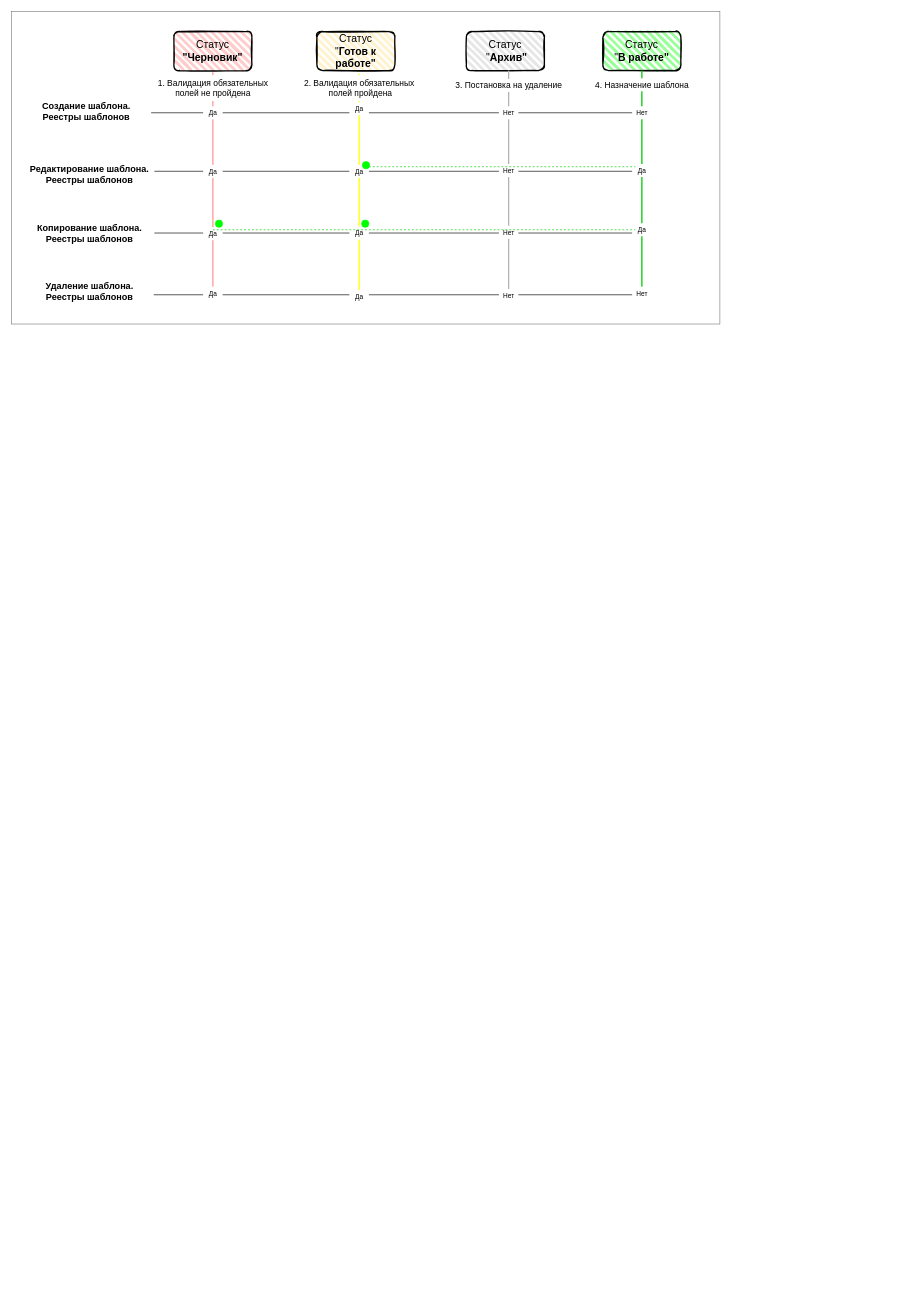
Before: css/Диаграмма без названия.drawio in Sterhus33/247254-nerds, a draw.io diagram. Source tidied: cells renumbered, new cells numbered last; positions are measured from the earlier drawing's top-left corner, leaving out a move shared by most shapes. Both pictures are drawn from the tidied source at 65%, with x=0, y=0 at pixel (11, 11).
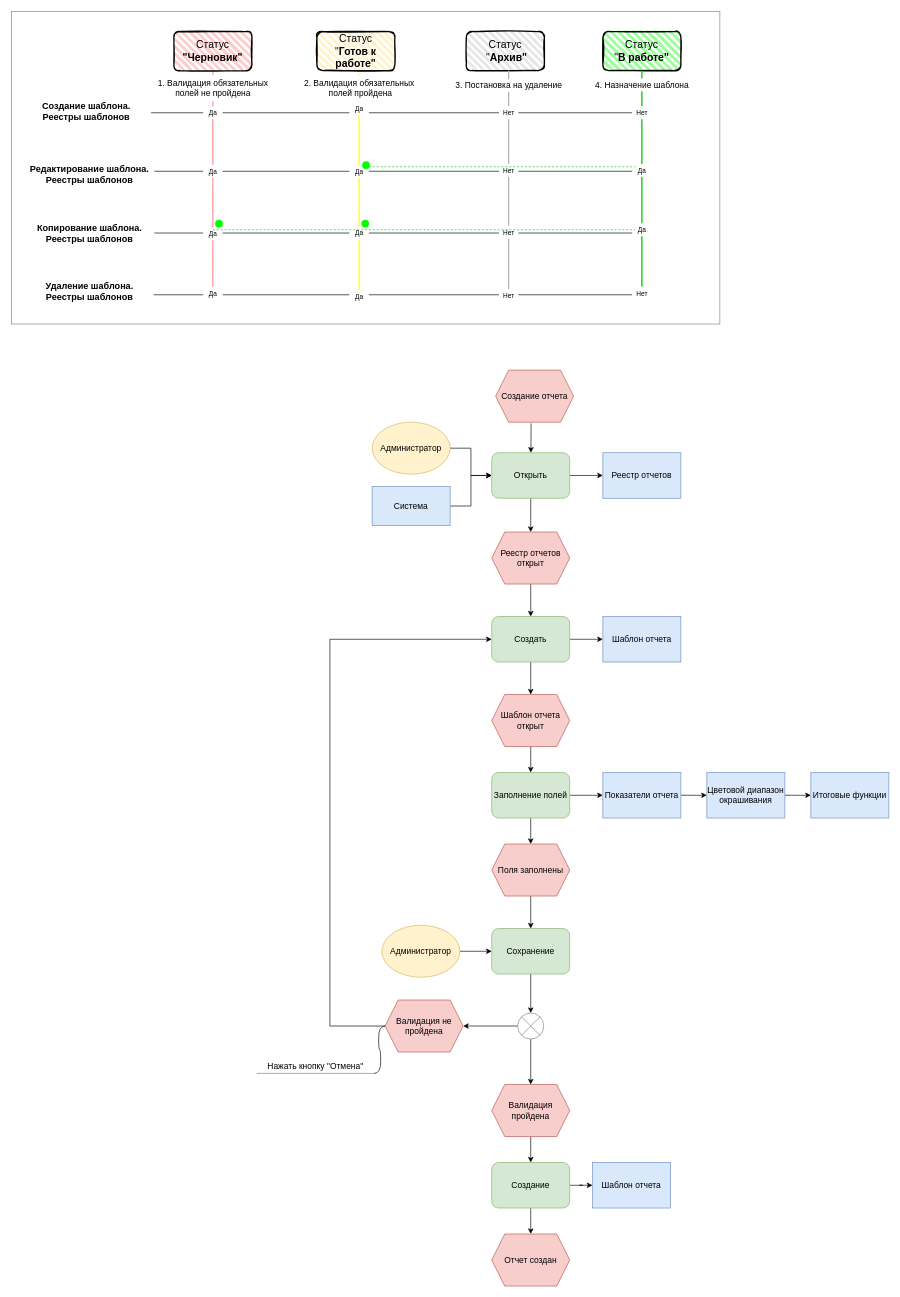
After the change.

Diff of the diagram source:
```diff
@@
-<mxGraphModel>
+<mxGraphModel background="#ffffff">
@@
+    <mxCell id="44" value="Создание отчета" style="shape=hexagon;perimeter=hexagonPerimeter2;whiteSpace=wrap;html=1;fixedSize=1;fontSize=13;strokeColor=#b85450;fillColor=#f8cecc;" parent="1" vertex="1">
+      <mxGeometry x="745" y="552" width="120" height="80" as="geometry" />
+    </mxCell>
+    <mxCell id="45" style="edgeStyle=orthogonalEdgeStyle;rounded=0;jettySize=auto;html=1;fontSize=13;" parent="1" edge="1" source="47" target="53">
+      <mxGeometry relative="1" as="geometry" />
+    </mxCell>
+    <mxCell id="46" style="edgeStyle=orthogonalEdgeStyle;rounded=0;jettySize=auto;html=1;fontSize=13;" parent="1" edge="1" source="47" target="55">
+      <mxGeometry relative="1" as="geometry" />
+    </mxCell>
+    <mxCell id="47" value="Открыть" style="rounded=1;whiteSpace=wrap;html=1;fontSize=13;strokeColor=#82b366;fillColor=#d5e8d4;" parent="1" vertex="1">
+      <mxGeometry x="739" y="679" width="120" height="70" as="geometry" />
+    </mxCell>
+    <mxCell id="48" style="edgeStyle=orthogonalEdgeStyle;rounded=0;jettySize=auto;html=1;fontSize=13;" parent="1" edge="1" source="49" target="47">
+      <mxGeometry relative="1" as="geometry" />
+    </mxCell>
+    <mxCell id="49" value="Администратор" style="ellipse;whiteSpace=wrap;html=1;fontSize=13;strokeColor=#d6b656;fillColor=#fff2cc;" parent="1" vertex="1">
+      <mxGeometry x="555" y="632" width="120" height="80" as="geometry" />
+    </mxCell>
+    <mxCell id="50" style="endArrow=classic;html=1;fontSize=13;exitX=0.455;exitY=1.023;exitDx=0;exitDy=0;exitPerimeter=0;" parent="1" edge="1" source="44" target="47">
+      <mxGeometry relative="1" as="geometry" />
+    </mxCell>
+    <mxCell id="51" style="edgeStyle=orthogonalEdgeStyle;rounded=0;jettySize=auto;html=1;fontSize=13;" parent="1" edge="1" source="52" target="47">
+      <mxGeometry relative="1" as="geometry" />
+    </mxCell>
+    <mxCell id="52" value="Система" style="rounded=0;whiteSpace=wrap;html=1;fontSize=13;strokeColor=#6c8ebf;fillColor=#dae8fc;" parent="1" vertex="1">
+      <mxGeometry x="555" y="731" width="120" height="60" as="geometry" />
+    </mxCell>
+    <mxCell id="53" value="Реестр отчетов" style="rounded=0;whiteSpace=wrap;html=1;fontSize=13;strokeColor=#6c8ebf;fillColor=#dae8fc;" parent="1" vertex="1">
+      <mxGeometry x="910" y="679" width="120" height="70" as="geometry" />
+    </mxCell>
+    <mxCell id="54" style="edgeStyle=orthogonalEdgeStyle;rounded=0;jettySize=auto;html=1;fontSize=13;" parent="1" edge="1" source="55" target="58">
+      <mxGeometry relative="1" as="geometry" />
+    </mxCell>
+    <mxCell id="55" value="Реестр отчетов открыт" style="shape=hexagon;perimeter=hexagonPerimeter2;whiteSpace=wrap;html=1;fixedSize=1;fontSize=13;strokeColor=#b85450;fillColor=#f8cecc;" parent="1" vertex="1">
+      <mxGeometry x="739" y="801" width="120" height="80" as="geometry" />
+    </mxCell>
+    <mxCell id="56" style="edgeStyle=orthogonalEdgeStyle;rounded=0;jettySize=auto;html=1;fontSize=13;" parent="1" edge="1" source="58" target="59">
+      <mxGeometry relative="1" as="geometry" />
+    </mxCell>
+    <mxCell id="57" style="edgeStyle=orthogonalEdgeStyle;rounded=0;jettySize=auto;html=1;fontSize=13;" parent="1" edge="1" source="58" target="61">
+      <mxGeometry relative="1" as="geometry" />
+    </mxCell>
+    <mxCell id="58" value="Создать" style="rounded=1;whiteSpace=wrap;html=1;fontSize=13;strokeColor=#82b366;fillColor=#d5e8d4;" parent="1" vertex="1">
+      <mxGeometry x="739" y="931" width="120" height="70" as="geometry" />
+    </mxCell>
+    <mxCell id="59" value="Шаблон отчета" style="rounded=0;whiteSpace=wrap;html=1;fontSize=13;strokeColor=#6c8ebf;fillColor=#dae8fc;" parent="1" vertex="1">
+      <mxGeometry x="910" y="931" width="120" height="70" as="geometry" />
+    </mxCell>
+    <mxCell id="60" style="edgeStyle=orthogonalEdgeStyle;rounded=0;jettySize=auto;html=1;fontSize=13;" parent="1" edge="1" source="61" target="65">
+      <mxGeometry relative="1" as="geometry" />
+    </mxCell>
+    <mxCell id="61" value="Шаблон отчета открыт" style="shape=hexagon;perimeter=hexagonPerimeter2;whiteSpace=wrap;html=1;fixedSize=1;fontSize=13;strokeColor=#b85450;fillColor=#f8cecc;" parent="1" vertex="1">
+      <mxGeometry x="739" y="1051" width="120" height="80" as="geometry" />
+    </mxCell>
+    <mxCell id="62" style="edgeStyle=orthogonalEdgeStyle;rounded=0;jettySize=auto;html=1;fontSize=13;" parent="1" edge="1" source="65" target="67">
+      <mxGeometry relative="1" as="geometry" />
+    </mxCell>
+    <mxCell id="63" style="edgeStyle=orthogonalEdgeStyle;rounded=0;jettySize=auto;html=1;fontSize=13;exitX=0;exitY=0.5;exitDx=0;exitDy=0;exitPerimeter=0;entryX=1;entryY=0.5;entryDx=0;entryDy=0;" parent="1" edge="1" source="74" target="76">
+      <mxGeometry relative="1" as="geometry" />
+    </mxCell>
+    <mxCell id="64" style="edgeStyle=orthogonalEdgeStyle;rounded=0;jettySize=auto;html=1;fontSize=13;" parent="1" edge="1" source="65">
+      <mxGeometry relative="1" as="geometry">
+        <mxPoint x="799" y="1281" as="targetPoint" />
+      </mxGeometry>
+    </mxCell>
+    <mxCell id="65" value="Заполнение полей" style="rounded=1;whiteSpace=wrap;html=1;fontSize=13;strokeColor=#82b366;fillColor=#d5e8d4;" parent="1" vertex="1">
+      <mxGeometry x="739" y="1171" width="120" height="70" as="geometry" />
+    </mxCell>
+    <mxCell id="66" style="edgeStyle=orthogonalEdgeStyle;rounded=0;jettySize=auto;html=1;fontSize=13;" parent="1" edge="1" source="67" target="69">
+      <mxGeometry relative="1" as="geometry" />
+    </mxCell>
+    <mxCell id="67" value="Показатели отчета" style="rounded=0;whiteSpace=wrap;html=1;fontSize=13;strokeColor=#6c8ebf;fillColor=#dae8fc;" parent="1" vertex="1">
+      <mxGeometry x="910" y="1171" width="120" height="70" as="geometry" />
+    </mxCell>
+    <mxCell id="68" style="edgeStyle=orthogonalEdgeStyle;rounded=0;jettySize=auto;html=1;fontSize=13;" parent="1" edge="1" source="69" target="70">
+      <mxGeometry relative="1" as="geometry" />
+    </mxCell>
+    <mxCell id="69" value="Цветовой диапазон окрашивания" style="rounded=0;whiteSpace=wrap;html=1;fontSize=13;strokeColor=#6c8ebf;fillColor=#dae8fc;" parent="1" vertex="1">
+      <mxGeometry x="1070" y="1171" width="120" height="70" as="geometry" />
+    </mxCell>
+    <mxCell id="70" value="Итоговые функции" style="rounded=0;whiteSpace=wrap;html=1;fontSize=13;strokeColor=#6c8ebf;fillColor=#dae8fc;" parent="1" vertex="1">
+      <mxGeometry x="1230" y="1171" width="120" height="70" as="geometry" />
+    </mxCell>
+    <mxCell id="71" style="edgeStyle=orthogonalEdgeStyle;rounded=0;jettySize=auto;html=1;fontSize=13;" parent="1" edge="1" source="72" target="79">
+      <mxGeometry relative="1" as="geometry" />
+    </mxCell>
+    <mxCell id="72" value="Валидация пройдена" style="shape=hexagon;perimeter=hexagonPerimeter2;whiteSpace=wrap;html=1;fixedSize=1;fontSize=13;strokeColor=#b85450;fillColor=#f8cecc;" parent="1" vertex="1">
+      <mxGeometry x="739" y="1651" width="120" height="80" as="geometry" />
+    </mxCell>
+    <mxCell id="73" style="edgeStyle=orthogonalEdgeStyle;rounded=0;jettySize=auto;html=1;fontSize=13;" parent="1" edge="1" source="74" target="72">
+      <mxGeometry relative="1" as="geometry" />
+    </mxCell>
+    <mxCell id="74" style="verticalLabelPosition=bottom;verticalAlign=top;html=1;shape=mxgraph.flowchart.or;fontSize=13;strokeColor=#808080;fillColor=none;" parent="1" vertex="1">
+      <mxGeometry x="779" y="1541" width="40" height="40" as="geometry" />
+    </mxCell>
+    <mxCell id="75" style="edgeStyle=orthogonalEdgeStyle;rounded=0;jettySize=auto;html=1;entryX=0;entryY=0.5;entryDx=0;entryDy=0;fontSize=13;exitX=0;exitY=0.5;exitDx=0;exitDy=0;" parent="1" edge="1" source="76" target="58">
+      <mxGeometry relative="1" as="geometry">
+        <Array as="points">
+          <mxPoint x="490" y="1561" />
+          <mxPoint x="490" y="966" />
+        </Array>
+      </mxGeometry>
+    </mxCell>
+    <mxCell id="76" value="Валидация не пройдена" style="shape=hexagon;perimeter=hexagonPerimeter2;whiteSpace=wrap;html=1;fixedSize=1;fontSize=13;strokeColor=#b85450;fillColor=#f8cecc;" parent="1" vertex="1">
+      <mxGeometry x="575" y="1521" width="120" height="80" as="geometry" />
+    </mxCell>
+    <mxCell id="77" style="edgeStyle=orthogonalEdgeStyle;rounded=0;jettySize=auto;html=1;fontSize=13;" parent="1" edge="1" source="79" target="80">
+      <mxGeometry relative="1" as="geometry" />
+    </mxCell>
+    <mxCell id="78" style="edgeStyle=orthogonalEdgeStyle;rounded=0;jettySize=auto;html=1;fontSize=13;" parent="1" edge="1" source="79" target="87">
+      <mxGeometry relative="1" as="geometry" />
+    </mxCell>
+    <mxCell id="79" value="Создание" style="rounded=1;whiteSpace=wrap;html=1;fontSize=13;strokeColor=#82b366;fillColor=#d5e8d4;" parent="1" vertex="1">
+      <mxGeometry x="739" y="1771" width="120" height="70" as="geometry" />
+    </mxCell>
+    <mxCell id="80" value="Шаблон отчета" style="rounded=0;whiteSpace=wrap;html=1;fontSize=13;strokeColor=#6c8ebf;fillColor=#dae8fc;" parent="1" vertex="1">
+      <mxGeometry x="894" y="1771" width="120" height="70" as="geometry" />
+    </mxCell>
+    <mxCell id="81" style="edgeStyle=orthogonalEdgeStyle;rounded=0;jettySize=auto;html=1;fontSize=13;" parent="1" edge="1" source="82" target="84">
+      <mxGeometry relative="1" as="geometry" />
+    </mxCell>
+    <mxCell id="82" value="Поля заполнены" style="shape=hexagon;perimeter=hexagonPerimeter2;whiteSpace=wrap;html=1;fixedSize=1;fontSize=13;strokeColor=#b85450;fillColor=#f8cecc;" parent="1" vertex="1">
+      <mxGeometry x="739" y="1281" width="120" height="80" as="geometry" />
+    </mxCell>
+    <mxCell id="83" style="edgeStyle=orthogonalEdgeStyle;rounded=0;jettySize=auto;html=1;fontSize=13;" parent="1" edge="1" source="84" target="74">
+      <mxGeometry relative="1" as="geometry" />
+    </mxCell>
+    <mxCell id="84" value="Сохранение" style="rounded=1;whiteSpace=wrap;html=1;fontSize=13;strokeColor=#82b366;fillColor=#d5e8d4;" parent="1" vertex="1">
+      <mxGeometry x="739" y="1411" width="120" height="70" as="geometry" />
+    </mxCell>
+    <mxCell id="85" style="edgeStyle=orthogonalEdgeStyle;rounded=0;jettySize=auto;html=1;fontSize=13;" parent="1" edge="1" source="86" target="84">
+      <mxGeometry relative="1" as="geometry" />
+    </mxCell>
+    <mxCell id="86" value="Администратор" style="ellipse;whiteSpace=wrap;html=1;fontSize=13;strokeColor=#d6b656;fillColor=#fff2cc;" parent="1" vertex="1">
+      <mxGeometry x="570" y="1406" width="120" height="80" as="geometry" />
+    </mxCell>
+    <mxCell id="87" value="Отчет создан" style="shape=hexagon;perimeter=hexagonPerimeter2;whiteSpace=wrap;html=1;fixedSize=1;fontSize=13;strokeColor=#b85450;fillColor=#f8cecc;" parent="1" vertex="1">
+      <mxGeometry x="739" y="1881" width="120" height="80" as="geometry" />
+    </mxCell>
+    <mxCell id="88" value="Нажать кнопку &quot;Отмена&quot;" style="whiteSpace=wrap;html=1;shape=partialRectangle;top=0;left=0;bottom=1;right=0;points=[[0,1],[1,1]];fillColor=none;align=center;verticalAlign=bottom;routingCenterY=0.5;snapToPoint=1;newEdgeStyle={&quot;edgeStyle&quot;:&quot;entityRelationEdgeStyle&quot;,&quot;startArrow&quot;:&quot;none&quot;,&quot;endArrow&quot;:&quot;none&quot;,&quot;segment&quot;:10,&quot;curved&quot;:1};fontSize=13;strokeColor=#808080;" parent="1" vertex="1">
+      <mxGeometry x="378.2" y="1601" width="180" height="32.9" as="geometry" />
+    </mxCell>
+    <mxCell id="89" style="edgeStyle=entityRelationEdgeStyle;startArrow=none;endArrow=none;segment=10;curved=1;fontSize=13;" parent="1" edge="1" source="76" target="88">
+      <mxGeometry relative="1" as="geometry" />
+    </mxCell>
```
